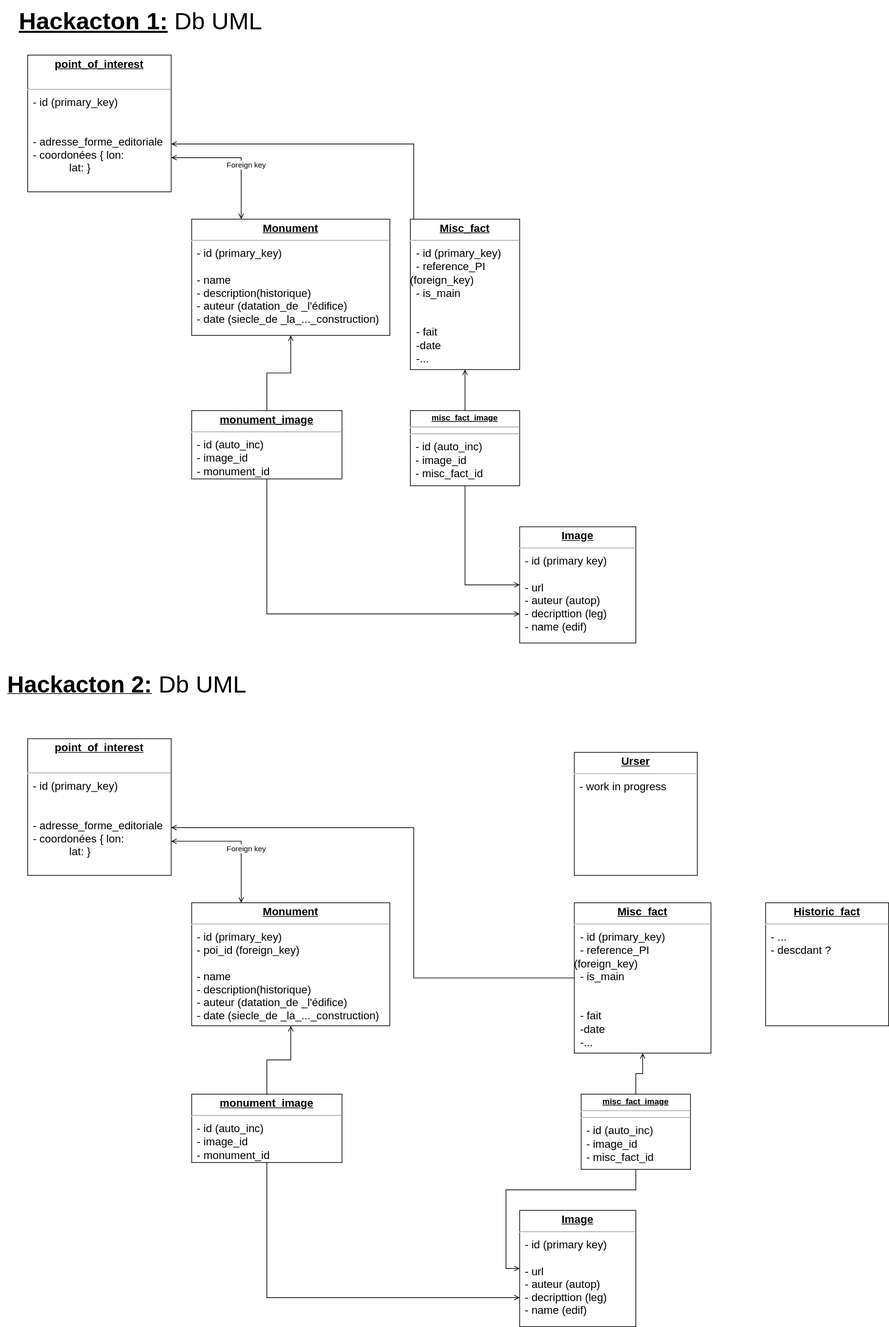
Above: StepOut_UML.drawio.svg in Bazajee/StepOut (draw.io), before the change. Source tidied: cells renumbered, new cells last; positions are measured from the earlier drawing's top-left corner, leaving out a move shared by most shapes.
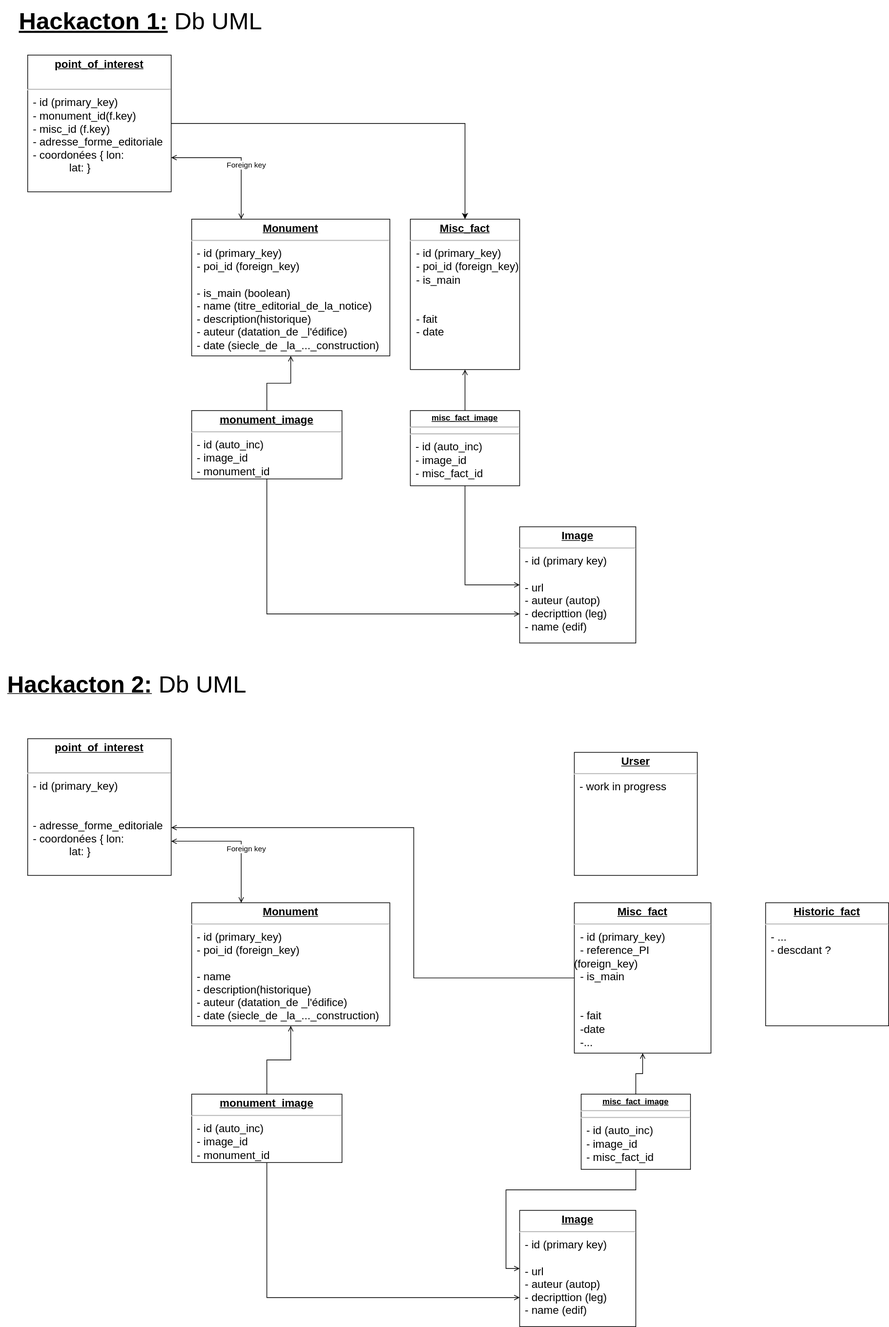
Above is the later version.

Commit message:
Mettre à jour StepOut_UML.drawio.svg

Diff of the diagram source:
```diff
@@ -59,10 +59,13 @@
     <mxCell id="18" style="edgeStyle=orthogonalEdgeStyle;rounded=0;jettySize=auto;html=1;entryX=0.5;entryY=0;entryDx=0;entryDy=0;endArrow=none;endFill=0;startArrow=open;startFill=0;" parent="1" edge="1" source="19" target="31">
       <mxGeometry relative="1" as="geometry" />
     </mxCell>
-    <mxCell id="19" value="&lt;p style=&quot;margin: 4px 0px 0px; text-align: center; text-decoration: underline; font-size: 16px;&quot;&gt;&lt;font style=&quot;font-size: 16px;&quot;&gt;&lt;b&gt;Misc_fact&lt;br&gt;&lt;/b&gt;&lt;/font&gt;&lt;/p&gt;&lt;hr style=&quot;font-size: 16px;&quot;&gt;&lt;div style=&quot;font-size: 16px;&quot;&gt;&lt;font style=&quot;font-size: 16px;&quot;&gt;&amp;nbsp; - id (primary_key)&lt;br&gt;&lt;/font&gt;&lt;/div&gt;&lt;div style=&quot;font-size: 16px;&quot;&gt;&lt;font style=&quot;font-size: 16px;&quot;&gt;&amp;nbsp; - reference_PI (foreign_key)&lt;/font&gt;&lt;/div&gt;&lt;div style=&quot;font-size: 16px;&quot;&gt;&lt;font style=&quot;font-size: 16px;&quot;&gt;&amp;nbsp; - is_main&lt;/font&gt;&lt;/div&gt;&lt;div style=&quot;font-size: 16px;&quot;&gt;&lt;font style=&quot;font-size: 16px;&quot;&gt;&lt;br&gt;&lt;/font&gt;&lt;/div&gt;&lt;div style=&quot;font-size: 16px;&quot;&gt;&lt;font style=&quot;font-size: 16px;&quot;&gt;&lt;br&gt;&lt;/font&gt;&lt;/div&gt;&lt;div style=&quot;font-size: 16px;&quot;&gt;&lt;font style=&quot;font-size: 16px;&quot;&gt;&amp;nbsp; - fait&amp;nbsp; &lt;br&gt;&lt;/font&gt;&lt;/div&gt;&lt;div style=&quot;font-size: 16px;&quot;&gt;&lt;font style=&quot;font-size: 16px;&quot;&gt;&amp;nbsp; -date&lt;/font&gt;&lt;/div&gt;&lt;div style=&quot;font-size: 16px;&quot;&gt;&lt;font style=&quot;font-size: 16px;&quot;&gt;&amp;nbsp; -...&lt;font style=&quot;font-size: 16px;&quot;&gt;&lt;br&gt;&lt;/font&gt;&lt;/font&gt;&lt;/div&gt;" style="verticalAlign=top;align=left;overflow=fill;fontSize=12;fontFamily=Helvetica;html=1;whiteSpace=wrap;" parent="1" vertex="1">
+    <mxCell id="19" value="&lt;p style=&quot;margin: 4px 0px 0px; text-align: center; text-decoration: underline; font-size: 16px;&quot;&gt;&lt;font style=&quot;font-size: 16px;&quot;&gt;&lt;b&gt;Misc_fact&lt;br&gt;&lt;/b&gt;&lt;/font&gt;&lt;/p&gt;&lt;hr style=&quot;font-size: 16px;&quot;&gt;&lt;div style=&quot;font-size: 16px;&quot;&gt;&lt;font style=&quot;font-size: 16px;&quot;&gt;&amp;nbsp; - id (primary_key)&lt;br&gt;&lt;/font&gt;&lt;/div&gt;&lt;div style=&quot;font-size: 16px;&quot;&gt;&lt;font style=&quot;font-size: 16px;&quot;&gt;&amp;nbsp; - poi_id (foreign_key)&lt;/font&gt;&lt;/div&gt;&lt;div style=&quot;font-size: 16px;&quot;&gt;&lt;font style=&quot;font-size: 16px;&quot;&gt;&amp;nbsp; - is_main&lt;/font&gt;&lt;/div&gt;&lt;div style=&quot;font-size: 16px;&quot;&gt;&lt;font style=&quot;font-size: 16px;&quot;&gt;&lt;br&gt;&lt;/font&gt;&lt;/div&gt;&lt;div style=&quot;font-size: 16px;&quot;&gt;&lt;font style=&quot;font-size: 16px;&quot;&gt;&lt;br&gt;&lt;/font&gt;&lt;/div&gt;&lt;div style=&quot;font-size: 16px;&quot;&gt;&lt;font style=&quot;font-size: 16px;&quot;&gt;&amp;nbsp; - fait&amp;nbsp; &lt;br&gt;&lt;/font&gt;&lt;/div&gt;&lt;div style=&quot;font-size: 16px;&quot;&gt;&lt;font style=&quot;font-size: 16px;&quot;&gt;&amp;nbsp; - date&lt;/font&gt;&lt;/div&gt;&lt;div style=&quot;font-size: 16px;&quot;&gt;&lt;font style=&quot;font-size: 16px;&quot;&gt;&amp;nbsp; &lt;font style=&quot;font-size: 16px;&quot;&gt;&lt;br&gt;&lt;/font&gt;&lt;/font&gt;&lt;/div&gt;" style="verticalAlign=top;align=left;overflow=fill;fontSize=12;fontFamily=Helvetica;html=1;whiteSpace=wrap;" parent="1" vertex="1">
       <mxGeometry x="600" y="320" width="160" height="220" as="geometry" />
     </mxCell>
+    <mxCell id="33" style="edgeStyle=orthogonalEdgeStyle;rounded=0;jettySize=auto;html=1;entryX=0.5;entryY=0;entryDx=0;entryDy=0;" parent="1" edge="1" source="20" target="19">
+      <mxGeometry relative="1" as="geometry" />
+    </mxCell>
-    <mxCell id="20" value="&lt;p style=&quot;margin: 4px 0px 0px; text-align: center; text-decoration: underline; font-size: 16px;&quot;&gt;&lt;font style=&quot;font-size: 16px;&quot;&gt;&lt;b&gt;point_of_interest&lt;/b&gt;&lt;br&gt;&lt;/font&gt;&lt;/p&gt;&lt;font style=&quot;font-size: 16px;&quot;&gt;&lt;br&gt;&lt;/font&gt;&lt;hr style=&quot;font-size: 16px;&quot;&gt;&lt;p style=&quot;margin: 0px 0px 0px 8px; font-size: 16px;&quot;&gt;&lt;font style=&quot;font-size: 16px;&quot;&gt;- id (primary_key)&lt;/font&gt;&lt;/p&gt;&lt;p style=&quot;margin: 0px 0px 0px 8px; font-size: 16px;&quot;&gt;&lt;font style=&quot;font-size: 16px;&quot;&gt;&lt;br&gt;&lt;/font&gt;&lt;/p&gt;&lt;p style=&quot;margin: 0px 0px 0px 8px; font-size: 16px;&quot;&gt;&lt;font style=&quot;font-size: 16px;&quot;&gt;&lt;br&gt;&lt;/font&gt;&lt;/p&gt;&lt;p style=&quot;margin: 0px 0px 0px 8px; font-size: 16px;&quot;&gt;&lt;font style=&quot;font-size: 16px;&quot;&gt;- adresse_forme_editoriale&lt;/font&gt;&lt;/p&gt;&lt;p style=&quot;margin: 0px 0px 0px 8px; font-size: 16px;&quot;&gt;&lt;font style=&quot;font-size: 16px;&quot;&gt;- coordonées { lon:&lt;/font&gt;&lt;/p&gt;&lt;p style=&quot;margin: 0px 0px 0px 8px; font-size: 16px;&quot;&gt;&lt;font style=&quot;font-size: 16px;&quot;&gt;&lt;span style=&quot;&quot;&gt;&lt;span style=&quot;&quot;&gt;&amp;nbsp;&amp;nbsp;&amp;nbsp;&amp;nbsp;&lt;/span&gt;&lt;/span&gt;&lt;span style=&quot;&quot;&gt;&lt;span style=&quot;&quot;&gt;&amp;nbsp;&amp;nbsp;&amp;nbsp;&amp;nbsp;&lt;/span&gt;&lt;/span&gt;&lt;span style=&quot;&quot;&gt;&lt;span style=&quot;&quot;&gt;&amp;nbsp;&amp;nbsp;&amp;nbsp;&amp;nbsp;&lt;/span&gt;&lt;/span&gt;lat: }&lt;/font&gt;&lt;/p&gt;&lt;p style=&quot;margin: 0px 0px 0px 8px; font-size: 16px;&quot;&gt;&lt;font style=&quot;font-size: 16px;&quot;&gt;&lt;br&gt;&lt;/font&gt;&lt;/p&gt;&lt;p style=&quot;margin: 0px 0px 0px 8px; font-size: 16px;&quot;&gt;&lt;font style=&quot;font-size: 16px;&quot;&gt;&lt;br&gt;&lt;/font&gt;&lt;/p&gt;&lt;p style=&quot;margin: 0px 0px 0px 8px; font-size: 16px;&quot;&gt;&lt;font style=&quot;font-size: 16px;&quot;&gt;&lt;br&gt;&lt;/font&gt;&lt;/p&gt;" style="verticalAlign=top;align=left;overflow=fill;fontSize=12;fontFamily=Helvetica;html=1;whiteSpace=wrap;" parent="1" vertex="1">
+    <mxCell id="20" value="&lt;p style=&quot;margin: 4px 0px 0px; text-align: center; text-decoration: underline; font-size: 16px;&quot;&gt;&lt;font style=&quot;font-size: 16px;&quot;&gt;&lt;b&gt;point_of_interest&lt;/b&gt;&lt;br&gt;&lt;/font&gt;&lt;/p&gt;&lt;font style=&quot;font-size: 16px;&quot;&gt;&lt;br&gt;&lt;/font&gt;&lt;hr style=&quot;font-size: 16px;&quot;&gt;&lt;p style=&quot;margin: 0px 0px 0px 8px; font-size: 16px;&quot;&gt;&lt;font style=&quot;font-size: 16px;&quot;&gt;- id (primary_key)&lt;/font&gt;&lt;/p&gt;&lt;p style=&quot;margin: 0px 0px 0px 8px; font-size: 16px;&quot;&gt;&lt;font style=&quot;font-size: 16px;&quot;&gt;- monument_id(f.key)&lt;/font&gt;&lt;/p&gt;&lt;p style=&quot;margin: 0px 0px 0px 8px; font-size: 16px;&quot;&gt;&lt;font style=&quot;font-size: 16px;&quot;&gt;- misc_id (f.key)&lt;br&gt;&lt;/font&gt;&lt;/p&gt;&lt;p style=&quot;margin: 0px 0px 0px 8px; font-size: 16px;&quot;&gt;&lt;font style=&quot;font-size: 16px;&quot;&gt;- adresse_forme_editoriale&lt;/font&gt;&lt;/p&gt;&lt;p style=&quot;margin: 0px 0px 0px 8px; font-size: 16px;&quot;&gt;&lt;font style=&quot;font-size: 16px;&quot;&gt;- coordonées { lon:&lt;/font&gt;&lt;/p&gt;&lt;p style=&quot;margin: 0px 0px 0px 8px; font-size: 16px;&quot;&gt;&lt;font style=&quot;font-size: 16px;&quot;&gt;&lt;span style=&quot;&quot;&gt;&lt;span style=&quot;&quot;&gt;&amp;nbsp;&amp;nbsp;&amp;nbsp;&amp;nbsp;&lt;/span&gt;&lt;/span&gt;&lt;span style=&quot;&quot;&gt;&lt;span style=&quot;&quot;&gt;&amp;nbsp;&amp;nbsp;&amp;nbsp;&amp;nbsp;&lt;/span&gt;&lt;/span&gt;&lt;span style=&quot;&quot;&gt;&lt;span style=&quot;&quot;&gt;&amp;nbsp;&amp;nbsp;&amp;nbsp;&amp;nbsp;&lt;/span&gt;&lt;/span&gt;lat: }&lt;/font&gt;&lt;/p&gt;&lt;p style=&quot;margin: 0px 0px 0px 8px; font-size: 16px;&quot;&gt;&lt;font style=&quot;font-size: 16px;&quot;&gt;&lt;br&gt;&lt;/font&gt;&lt;/p&gt;&lt;p style=&quot;margin: 0px 0px 0px 8px; font-size: 16px;&quot;&gt;&lt;font style=&quot;font-size: 16px;&quot;&gt;&lt;br&gt;&lt;/font&gt;&lt;/p&gt;&lt;p style=&quot;margin: 0px 0px 0px 8px; font-size: 16px;&quot;&gt;&lt;font style=&quot;font-size: 16px;&quot;&gt;&lt;br&gt;&lt;/font&gt;&lt;/p&gt;" style="verticalAlign=top;align=left;overflow=fill;fontSize=12;fontFamily=Helvetica;html=1;whiteSpace=wrap;" parent="1" vertex="1">
       <mxGeometry x="40" y="80" width="210" height="200" as="geometry" />
     </mxCell>
     <mxCell id="21" style="edgeStyle=orthogonalEdgeStyle;rounded=0;jettySize=auto;html=1;exitX=0.25;exitY=0;exitDx=0;exitDy=0;entryX=1;entryY=0.75;entryDx=0;entryDy=0;endArrow=open;endFill=0;startArrow=open;startFill=0;" parent="1" edge="1" source="24" target="20">
@@ -76,19 +79,12 @@
     <mxCell id="23" style="edgeStyle=orthogonalEdgeStyle;rounded=0;jettySize=auto;html=1;entryX=0.5;entryY=0;entryDx=0;entryDy=0;endArrow=none;endFill=0;startArrow=open;startFill=0;" parent="1" edge="1" source="24" target="28">
       <mxGeometry relative="1" as="geometry" />
     </mxCell>
-    <mxCell id="24" value="&lt;p style=&quot;margin: 4px 0px 0px; text-align: center; text-decoration: underline; font-size: 16px;&quot;&gt;&lt;font style=&quot;font-size: 16px;&quot;&gt;&lt;b&gt;Monument&lt;/b&gt;&lt;/font&gt;&lt;/p&gt;&lt;hr style=&quot;font-size: 16px;&quot;&gt;&lt;p style=&quot;margin: 0px 0px 0px 8px; font-size: 16px;&quot;&gt;&lt;font style=&quot;font-size: 16px;&quot;&gt;- id (primary_key)&lt;br&gt;&lt;/font&gt;&lt;/p&gt;&lt;p style=&quot;margin: 0px 0px 0px 8px; font-size: 16px;&quot;&gt;&lt;font style=&quot;font-size: 16px;&quot;&gt;&lt;br&gt;&lt;/font&gt;&lt;/p&gt;&lt;p style=&quot;margin: 0px 0px 0px 8px; font-size: 16px;&quot;&gt;&lt;font style=&quot;font-size: 16px;&quot;&gt;- name&lt;br&gt;&lt;/font&gt;&lt;/p&gt;&lt;p style=&quot;margin: 0px 0px 0px 8px; font-size: 16px;&quot;&gt;&lt;font style=&quot;font-size: 16px;&quot;&gt;- description(historique)&lt;br&gt;&lt;/font&gt;&lt;/p&gt;&lt;p style=&quot;margin: 0px 0px 0px 8px; font-size: 16px;&quot;&gt;&lt;font style=&quot;font-size: 16px;&quot;&gt;- auteur (datation_de _l'édifice)&lt;/font&gt;&lt;/p&gt;&lt;p style=&quot;margin: 0px 0px 0px 8px; font-size: 16px;&quot;&gt;&lt;font style=&quot;font-size: 16px;&quot;&gt;- date (siecle_de _la_..._construction)&lt;/font&gt;&lt;/p&gt;&lt;p style=&quot;margin:0px;margin-left:8px;&quot;&gt;&lt;/p&gt;&lt;p style=&quot;margin:0px;margin-left:8px;&quot;&gt;&lt;/p&gt;" style="verticalAlign=top;align=left;overflow=fill;fontSize=12;fontFamily=Helvetica;html=1;whiteSpace=wrap;" parent="1" vertex="1">
-      <mxGeometry x="280" y="320" width="290" height="170" as="geometry" />
+    <mxCell id="24" value="&lt;p style=&quot;margin: 4px 0px 0px; text-align: center; text-decoration: underline; font-size: 16px;&quot;&gt;&lt;font style=&quot;font-size: 16px;&quot;&gt;&lt;b&gt;Monument&lt;/b&gt;&lt;/font&gt;&lt;/p&gt;&lt;hr style=&quot;font-size: 16px;&quot;&gt;&lt;p style=&quot;margin: 0px 0px 0px 8px; font-size: 16px;&quot;&gt;&lt;font style=&quot;font-size: 16px;&quot;&gt;- id (primary_key)&lt;br&gt;&lt;/font&gt;&lt;/p&gt;&lt;p style=&quot;margin: 0px 0px 0px 8px; font-size: 16px;&quot;&gt;&lt;font style=&quot;font-size: 16px;&quot;&gt;- poi_id (foreign_key)&lt;/font&gt;&lt;/p&gt;&lt;p style=&quot;margin: 0px 0px 0px 8px; font-size: 16px;&quot;&gt;&lt;font style=&quot;font-size: 16px;&quot;&gt;&lt;br&gt;&lt;/font&gt;&lt;/p&gt;&lt;p style=&quot;margin: 0px 0px 0px 8px; font-size: 16px;&quot;&gt;&lt;font style=&quot;font-size: 16px;&quot;&gt;- is_main (boolean)&lt;br&gt;&lt;/font&gt;&lt;/p&gt;&lt;p style=&quot;margin: 0px 0px 0px 8px; font-size: 16px;&quot;&gt;&lt;font style=&quot;font-size: 16px;&quot;&gt;- name (&lt;/font&gt;titre_editorial_de_la_notice)&lt;/p&gt;&lt;p style=&quot;margin: 0px 0px 0px 8px; font-size: 16px;&quot;&gt;&lt;font style=&quot;font-size: 16px;&quot;&gt;- description(historique)&lt;br&gt;&lt;/font&gt;&lt;/p&gt;&lt;p style=&quot;margin: 0px 0px 0px 8px; font-size: 16px;&quot;&gt;&lt;font style=&quot;font-size: 16px;&quot;&gt;- auteur (datation_de _l'édifice)&lt;/font&gt;&lt;/p&gt;&lt;p style=&quot;margin: 0px 0px 0px 8px; font-size: 16px;&quot;&gt;&lt;font style=&quot;font-size: 16px;&quot;&gt;- date (siecle_de _la_..._construction)&lt;/font&gt;&lt;/p&gt;&lt;p style=&quot;margin:0px;margin-left:8px;&quot;&gt;&lt;/p&gt;&lt;p style=&quot;margin:0px;margin-left:8px;&quot;&gt;&lt;/p&gt;" style="verticalAlign=top;align=left;overflow=fill;fontSize=12;fontFamily=Helvetica;html=1;whiteSpace=wrap;" parent="1" vertex="1">
+      <mxGeometry x="280" y="320" width="290" height="200" as="geometry" />
     </mxCell>
     <mxCell id="25" value="&lt;p style=&quot;margin: 4px 0px 0px; text-align: center; text-decoration: underline; font-size: 16px;&quot;&gt;&lt;font style=&quot;font-size: 16px;&quot;&gt;&lt;b&gt;Image&lt;/b&gt;&lt;/font&gt;&lt;/p&gt;&lt;hr style=&quot;font-size: 16px;&quot;&gt;&lt;p style=&quot;margin: 0px 0px 0px 8px; font-size: 16px;&quot;&gt;&lt;font style=&quot;font-size: 16px;&quot;&gt;- id (primary key)&lt;/font&gt;&lt;/p&gt;&lt;font style=&quot;font-size: 16px;&quot;&gt;&lt;br&gt;&lt;/font&gt;&lt;p style=&quot;margin: 0px 0px 0px 8px; font-size: 16px;&quot;&gt;&lt;font style=&quot;font-size: 16px;&quot;&gt;- url&lt;/font&gt;&lt;/p&gt;&lt;p style=&quot;margin: 0px 0px 0px 8px; font-size: 16px;&quot;&gt;&lt;font style=&quot;font-size: 16px;&quot;&gt;- auteur (autop)&lt;/font&gt;&lt;/p&gt;&lt;p style=&quot;margin: 0px 0px 0px 8px; font-size: 16px;&quot;&gt;&lt;font style=&quot;font-size: 16px;&quot;&gt;- decripttion (leg)&lt;/font&gt;&lt;/p&gt;&lt;p style=&quot;margin: 0px 0px 0px 8px; font-size: 16px;&quot;&gt;&lt;font style=&quot;font-size: 16px;&quot;&gt;- name (edif)&lt;font style=&quot;font-size: 16px;&quot;&gt;&lt;br&gt;&lt;/font&gt;&lt;/font&gt;&lt;/p&gt;" style="verticalAlign=top;align=left;overflow=fill;fontSize=12;fontFamily=Helvetica;html=1;whiteSpace=wrap;" parent="1" vertex="1">
       <mxGeometry x="760" y="770" width="170" height="170" as="geometry" />
     </mxCell>
-    <mxCell id="26" style="edgeStyle=orthogonalEdgeStyle;rounded=0;jettySize=auto;html=1;endArrow=open;endFill=0;" parent="1" edge="1" source="19" target="20">
-      <mxGeometry relative="1" as="geometry">
-        <Array as="points">
-          <mxPoint x="605" y="210" />
-        </Array>
-      </mxGeometry>
-    </mxCell>
     <mxCell id="27" style="edgeStyle=orthogonalEdgeStyle;rounded=0;jettySize=auto;html=1;entryX=0;entryY=0.75;entryDx=0;entryDy=0;exitX=0.5;exitY=1;exitDx=0;exitDy=0;endArrow=open;endFill=0;" parent="1" edge="1" source="28" target="25">
       <mxGeometry relative="1" as="geometry" />
     </mxCell>
```
